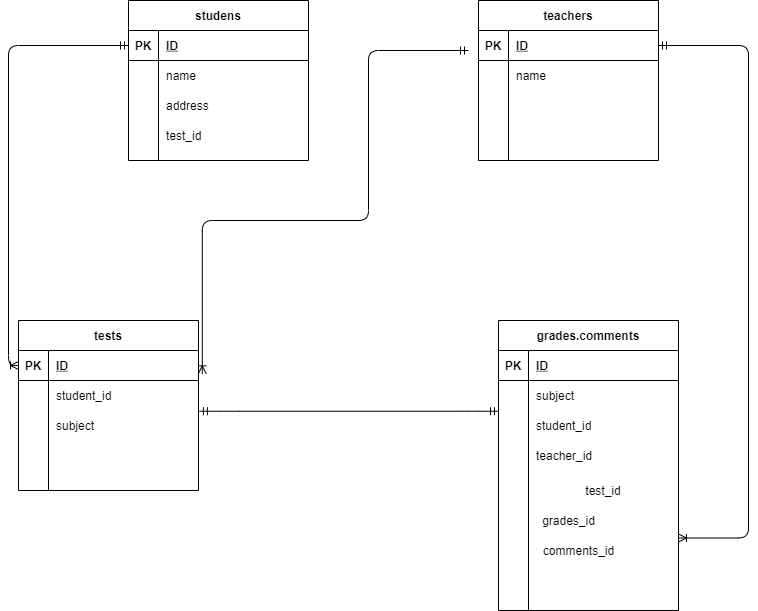
Earlier version of the draw.io export index.drawio.png (Riko-15/DB). Source tidied: cells renumbered, new cells last; positions are measured from the earlier drawing's top-left corner, leaving out a move shared by most shapes.
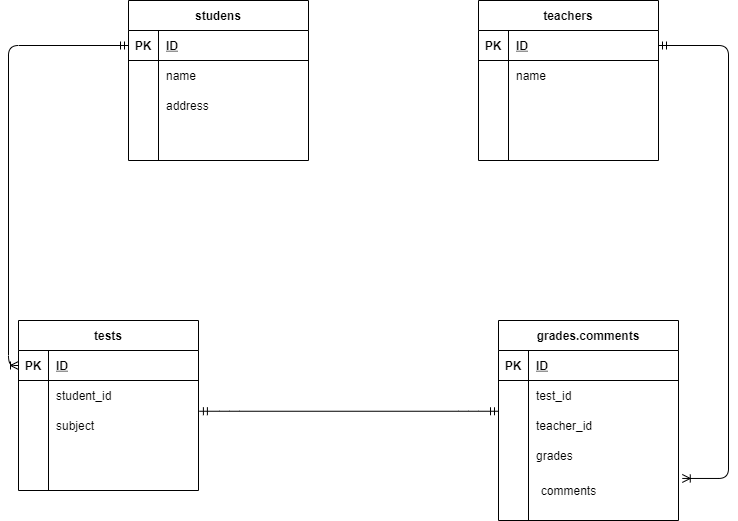
After the change.

Change to the diagram source:
```diff
@@ -38,7 +38,7 @@
     <mxCell id="13" style="shape=partialRectangle;fillColor=none;top=0;left=0;bottom=0;right=0;overflow=hidden;" parent="12" vertex="1">
       <mxGeometry width="30" height="30" as="geometry" />
     </mxCell>
-    <mxCell id="14" value="test_id" style="shape=partialRectangle;fillColor=none;top=0;left=0;bottom=0;right=0;align=left;spacingLeft=6;overflow=hidden;" parent="12" vertex="1">
+    <mxCell id="14" style="shape=partialRectangle;fillColor=none;top=0;left=0;bottom=0;right=0;align=left;spacingLeft=6;overflow=hidden;" parent="12" vertex="1">
       <mxGeometry x="30" width="150" height="30" as="geometry" />
     </mxCell>
     <mxCell id="15" value="teachers" style="shape=table;startSize=30;rowLines=0;fontStyle=1;align=center;" parent="1" vertex="1">
@@ -120,7 +120,7 @@
       <mxGeometry x="30" width="150" height="20" as="geometry" />
     </mxCell>
     <mxCell id="41" value="grades.comments" style="shape=table;startSize=30;rowLines=0;fontStyle=1;align=center;" parent="1" vertex="1">
-      <mxGeometry x="480" y="320" width="180" height="290" as="geometry" />
+      <mxGeometry x="480" y="320" width="180" height="200" as="geometry" />
     </mxCell>
     <mxCell id="42" style="shape=partialRectangle;fillColor=none;top=0;left=0;bottom=1;right=0;" parent="41" vertex="1">
       <mxGeometry y="30" width="180" height="30" as="geometry" />
@@ -137,7 +137,7 @@
     <mxCell id="46" style="shape=partialRectangle;fillColor=none;top=0;left=0;bottom=0;right=0;overflow=hidden;" parent="45" vertex="1">
       <mxGeometry width="30" height="30" as="geometry" />
     </mxCell>
-    <mxCell id="47" value="subject" style="shape=partialRectangle;fillColor=none;top=0;left=0;bottom=0;right=0;align=left;spacingLeft=6;overflow=hidden;" parent="45" vertex="1">
+    <mxCell id="47" value="test_id" style="shape=partialRectangle;fillColor=none;top=0;left=0;bottom=0;right=0;align=left;spacingLeft=6;overflow=hidden;" parent="45" vertex="1">
       <mxGeometry x="30" width="150" height="30" as="geometry" />
     </mxCell>
     <mxCell id="48" style="shape=partialRectangle;fillColor=none;top=0;left=0;bottom=0;right=0;points=[[0,0.5],[1,0.5]];portConstraint=eastwest;" parent="41" vertex="1">
@@ -146,7 +146,7 @@
     <mxCell id="49" style="shape=partialRectangle;fillColor=none;top=0;left=0;bottom=0;right=0;overflow=hidden;" parent="48" vertex="1">
       <mxGeometry width="30" height="30" as="geometry" />
     </mxCell>
-    <mxCell id="50" value="student_id" style="shape=partialRectangle;fillColor=none;top=0;left=0;bottom=0;right=0;align=left;spacingLeft=6;overflow=hidden;" parent="48" vertex="1">
+    <mxCell id="50" value="teacher_id" style="shape=partialRectangle;fillColor=none;top=0;left=0;bottom=0;right=0;align=left;spacingLeft=6;overflow=hidden;" parent="48" vertex="1">
       <mxGeometry x="30" width="150" height="30" as="geometry" />
     </mxCell>
     <mxCell id="51" style="shape=partialRectangle;fillColor=none;top=0;left=0;bottom=0;right=0;" parent="41" vertex="1">
@@ -155,7 +155,7 @@
     <mxCell id="52" style="shape=partialRectangle;fillColor=none;top=0;left=0;bottom=0;right=0;overflow=hidden;" parent="51" vertex="1">
       <mxGeometry width="30" height="30" as="geometry" />
     </mxCell>
-    <mxCell id="53" value="teacher_id" style="shape=partialRectangle;fillColor=none;top=0;left=0;bottom=0;right=0;align=left;spacingLeft=6;overflow=hidden;" parent="51" vertex="1">
+    <mxCell id="53" value="grades" style="shape=partialRectangle;fillColor=none;top=0;left=0;bottom=0;right=0;align=left;spacingLeft=6;overflow=hidden;" parent="51" vertex="1">
       <mxGeometry x="30" width="150" height="30" as="geometry" />
     </mxCell>
     <mxCell id="54" style="shape=partialRectangle;html=1;whiteSpace=wrap;fillColor=none;top=0;left=0;bottom=0;right=0;points=[[0,0.5],[1,0.5]];portConstraint=eastwest;" parent="41" vertex="1">
@@ -164,34 +164,23 @@
     <mxCell id="55" style="shape=partialRectangle;html=1;whiteSpace=wrap;overflow=hidden;fillColor=none;top=0;left=0;bottom=0;right=0;" parent="54" vertex="1">
       <mxGeometry width="30" height="40" as="geometry" />
     </mxCell>
-    <mxCell id="56" value="test_id" style="shape=partialRectangle;html=1;whiteSpace=wrap;overflow=hidden;fillColor=none;top=0;left=0;bottom=0;right=0;" parent="54" vertex="1">
+    <mxCell id="56" style="shape=partialRectangle;html=1;whiteSpace=wrap;overflow=hidden;fillColor=none;top=0;left=0;bottom=0;right=0;" parent="54" vertex="1">
       <mxGeometry x="30" width="150" height="40" as="geometry" />
     </mxCell>
     <mxCell id="57" style="fontSize=12;html=1;endArrow=ERoneToMany;startArrow=ERmandOne;edgeStyle=orthogonalEdgeStyle;exitX=0;exitY=0.5;exitDx=0;exitDy=0;entryX=0;entryY=0.5;entryDx=0;entryDy=0;" parent="1" edge="1" source="3" target="29">
       <mxGeometry relative="1" as="geometry" />
     </mxCell>
-    <mxCell id="58" style="fontSize=12;html=1;endArrow=ERoneToMany;startArrow=ERmandOne;edgeStyle=orthogonalEdgeStyle;entryX=1.021;entryY=0.777;entryDx=0;entryDy=0;entryPerimeter=0;" parent="1" edge="1" target="29">
-      <mxGeometry relative="1" as="geometry">
-        <mxPoint x="450" y="50" as="sourcePoint" />
-        <Array as="points">
-          <mxPoint x="350" y="50" />
-          <mxPoint x="350" y="220" />
-          <mxPoint x="184" y="220" />
-        </Array>
-      </mxGeometry>
-    </mxCell>
     <mxCell id="59" style="edgeStyle=entityRelationEdgeStyle;fontSize=12;html=1;endArrow=ERmandOne;startArrow=ERmandOne;exitX=1.005;exitY=0.025;exitDx=0;exitDy=0;exitPerimeter=0;entryX=0;entryY=0.025;entryDx=0;entryDy=0;entryPerimeter=0;" parent="1" edge="1" source="35" target="48">
       <mxGeometry relative="1" as="geometry" />
     </mxCell>
-    <mxCell id="60" value="grades_id&lt;br&gt;" style="text;html=1;align=center;verticalAlign=middle;" parent="1" vertex="1">
-      <mxGeometry x="515" y="510" width="70" height="20" as="geometry" />
-    </mxCell>
-    <mxCell id="61" value="comments_id&lt;br&gt;" style="text;html=1;align=center;verticalAlign=middle;" parent="1" vertex="1">
-      <mxGeometry x="515" y="540" width="90" height="20" as="geometry" />
+    <mxCell id="61" value="comments&lt;br&gt;" style="text;html=1;align=center;verticalAlign=middle;" parent="1" vertex="1">
+      <mxGeometry x="515" y="480" width="70" height="20" as="geometry" />
     </mxCell>
-    <mxCell id="62" style="edgeStyle=elbowEdgeStyle;fontSize=12;html=1;endArrow=ERoneToMany;startArrow=ERmandOne;exitX=1;exitY=0.5;exitDx=0;exitDy=0;entryX=1;entryY=0.75;entryDx=0;entryDy=0;" parent="1" edge="1" source="16" target="41">
+    <mxCell id="62" style="edgeStyle=elbowEdgeStyle;fontSize=12;html=1;endArrow=ERoneToMany;startArrow=ERmandOne;exitX=1;exitY=0.5;exitDx=0;exitDy=0;entryX=1.021;entryY=0.199;entryDx=0;entryDy=0;entryPerimeter=0;" parent="1" edge="1" source="16" target="54">
       <mxGeometry relative="1" as="geometry">
         <Array as="points">
+          <mxPoint x="710" y="460" />
+          <mxPoint x="700" y="450" />
           <mxPoint x="730" y="300" />
         </Array>
       </mxGeometry>
```
